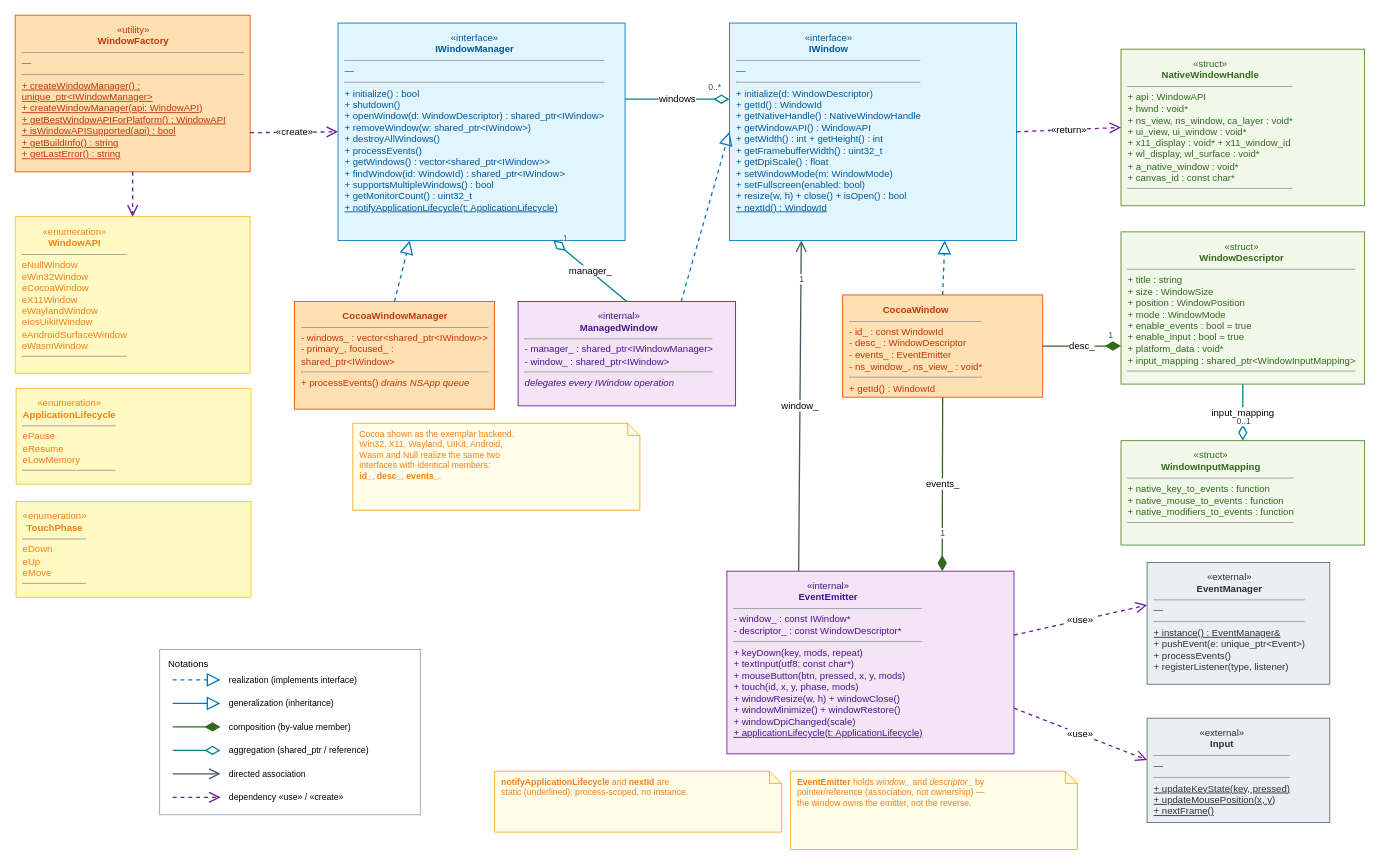
Above: docs/vertexnova/xwin/diagrams/class_diagram.drawio in vertexnova/vnewindow (draw.io), before the change. Source tidied: cells renumbered, new cells numbered last; positions are measured from the earlier drawing's top-left corner, leaving out a move shared by most shapes. Both pictures are drawn from the tidied source at 87%, with x=0, y=0 at pixel (15, 15).
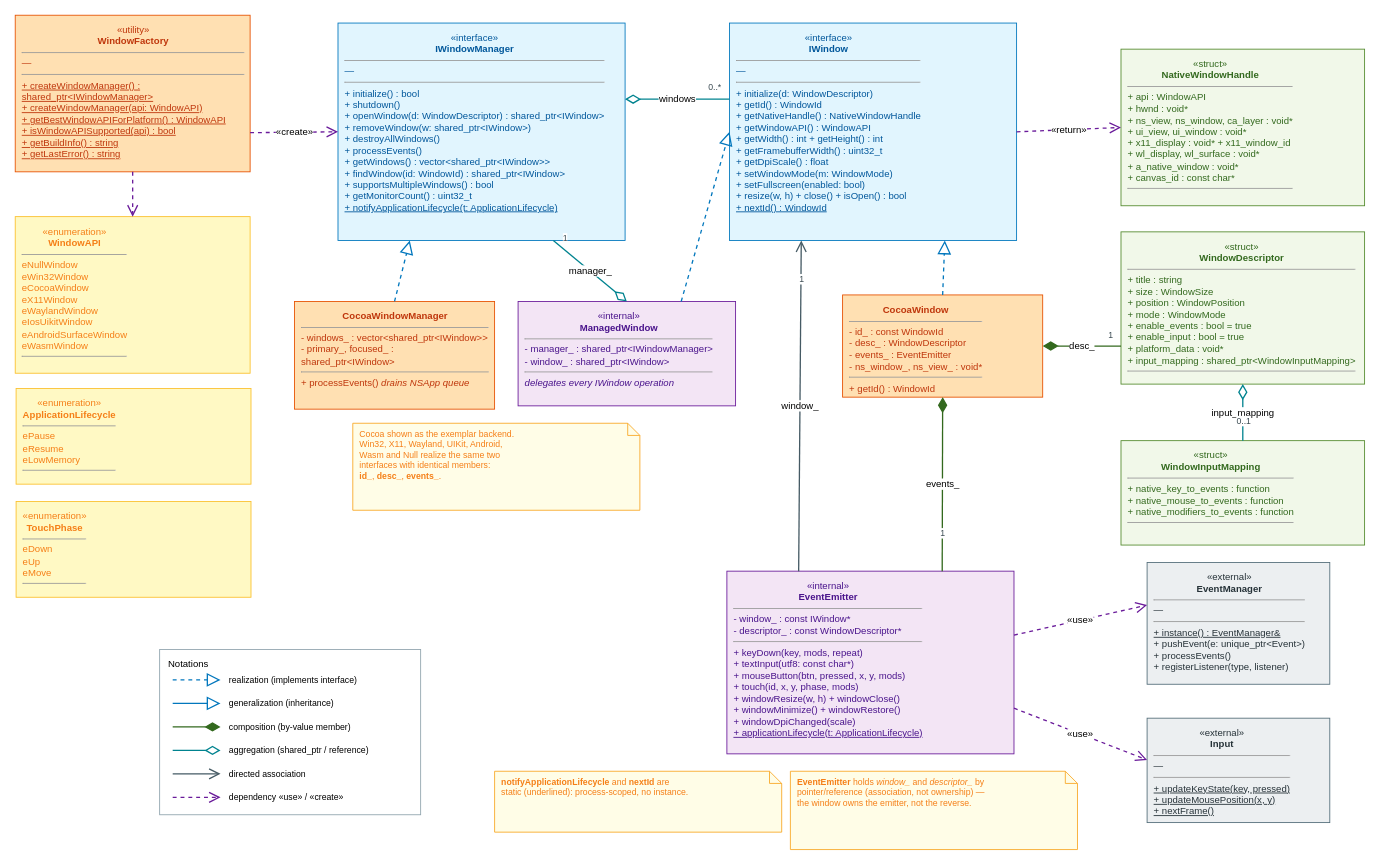
The same diagram, later.

Commit message (it also covers changes not shown here):
fix(diagrams): update arrow styles and improve diagram clarity

Unchanged cells that the change refers to:
```xml
<mxCell id="3" value="&lt;div style=&quot;text-align:center&quot;&gt;&amp;#171;interface&amp;#187;&lt;br/&gt;&lt;b&gt;IWindowManager&lt;/b&gt;&lt;/div&gt;&lt;hr size=&quot;1&quot;/&gt;&lt;i&gt;&amp;#8212;&lt;/i&gt;&lt;br/&gt;&lt;hr size=&quot;1&quot;/&gt;+ initialize() : bool&lt;br/&gt;+ shutdown()&lt;br/&gt;+ openWindow(d: WindowDescriptor) : shared_ptr&amp;lt;IWindow&amp;gt;&lt;br/&gt;+ removeWindow(w: shared_ptr&amp;lt;IWindow&amp;gt;)&lt;br/&gt;+ destroyAllWindows()&lt;br/&gt;+ processEvents()&lt;br/&gt;+ getWindows() : vector&amp;lt;shared_ptr&amp;lt;IWindow&amp;gt;&amp;gt;&lt;br/&gt;+ findWindow(id: WindowId) : shared_ptr&amp;lt;IWindow&amp;gt;&lt;br/&gt;+ supportsMultipleWindows() : bool&lt;br/&gt;+ getMonitorCount() : uint32_t&lt;br/&gt;&lt;u&gt;+ notifyApplicationLifecycle(t: ApplicationLifecycle)&lt;/u&gt;&lt;br/&gt;" style="html=1;whiteSpace=wrap;rounded=0;align=left;verticalAlign=top;spacingLeft=6;spacingRight=6;spacingTop=4;fontSize=11;fillColor=#e1f5fe;strokeColor=#0277bd;fontColor=#01579b;" parent="1" vertex="1">
  <mxGeometry x="371" y="9" width="330" height="250" as="geometry" />
</mxCell>
<mxCell id="4" value="&lt;div style=&quot;text-align:center&quot;&gt;&amp;#171;interface&amp;#187;&lt;br/&gt;&lt;b&gt;IWindow&lt;/b&gt;&lt;/div&gt;&lt;hr size=&quot;1&quot;/&gt;&lt;i&gt;&amp;#8212;&lt;/i&gt;&lt;br/&gt;&lt;hr size=&quot;1&quot;/&gt;+ initialize(d: WindowDescriptor)&lt;br/&gt;+ getId() : WindowId&lt;br/&gt;+ getNativeHandle() : NativeWindowHandle&lt;br/&gt;+ getWindowAPI() : WindowAPI&lt;br/&gt;+ getWidth() : int   + getHeight() : int&lt;br/&gt;+ getFramebufferWidth() : uint32_t&lt;br/&gt;+ getDpiScale() : float&lt;br/&gt;+ setWindowMode(m: WindowMode)&lt;br/&gt;+ setFullscreen(enabled: bool)&lt;br/&gt;+ resize(w, h)   + close()   + isOpen() : bool&lt;br/&gt;&lt;u&gt;+ nextId() : WindowId&lt;/u&gt;&lt;br/&gt;" style="html=1;whiteSpace=wrap;rounded=0;align=left;verticalAlign=top;spacingLeft=6;spacingRight=6;spacingTop=4;fontSize=11;fillColor=#e1f5fe;strokeColor=#0277bd;fontColor=#01579b;" parent="1" vertex="1">
  <mxGeometry x="821" y="9" width="330" height="250" as="geometry" />
</mxCell>
<mxCell id="5" value="&lt;div style=&quot;text-align:center&quot;&gt;&amp;#171;internal&amp;#187;&lt;br/&gt;&lt;b&gt;EventEmitter&lt;/b&gt;&lt;/div&gt;&lt;hr size=&quot;1&quot;/&gt;- window_ : const IWindow*&lt;br/&gt;- descriptor_ : const WindowDescriptor*&lt;br/&gt;&lt;hr size=&quot;1&quot;/&gt;+ keyDown(key, mods, repeat)&lt;br/&gt;+ textInput(utf8: const char*)&lt;br/&gt;+ mouseButton(btn, pressed, x, y, mods)&lt;br/&gt;+ touch(id, x, y, phase, mods)&lt;br/&gt;+ windowResize(w, h)   + windowClose()&lt;br/&gt;+ windowMinimize()   + windowRestore()&lt;br/&gt;+ windowDpiChanged(scale)&lt;br/&gt;&lt;u&gt;+ applicationLifecycle(t: ApplicationLifecycle)&lt;/u&gt;&lt;br/&gt;" style="html=1;whiteSpace=wrap;rounded=0;align=left;verticalAlign=top;spacingLeft=6;spacingRight=6;spacingTop=4;fontSize=11;fillColor=#f3e5f5;strokeColor=#6a1b9a;fontColor=#4a148c;" parent="1" vertex="1">
  <mxGeometry x="818" y="639" width="330" height="210" as="geometry" />
</mxCell>
<mxCell id="6" value="&lt;div style=&quot;text-align:center&quot;&gt;&amp;#171;internal&amp;#187;&lt;br/&gt;&lt;b&gt;ManagedWindow&lt;/b&gt;&lt;/div&gt;&lt;hr size=&quot;1&quot;/&gt;- manager_ : shared_ptr&amp;lt;IWindowManager&amp;gt;&lt;br/&gt;- window_ : shared_ptr&amp;lt;IWindow&amp;gt;&lt;br/&gt;&lt;hr size=&quot;1&quot;/&gt;&lt;i&gt;delegates every IWindow operation&lt;/i&gt;&lt;br/&gt;" style="html=1;whiteSpace=wrap;rounded=0;align=left;verticalAlign=top;spacingLeft=6;spacingRight=6;spacingTop=4;fontSize=11;fillColor=#f3e5f5;strokeColor=#6a1b9a;fontColor=#4a148c;" parent="1" vertex="1">
  <mxGeometry x="578" y="329" width="250" height="120" as="geometry" />
</mxCell>
<mxCell id="8" value="&lt;div style=&quot;text-align:center&quot;&gt;&lt;b&gt;CocoaWindow&lt;/b&gt;&lt;/div&gt;&lt;hr size=&quot;1&quot;/&gt;- id_ : const WindowId&lt;br/&gt;- desc_ : WindowDescriptor&lt;br/&gt;- events_ : EventEmitter&lt;br/&gt;- ns_window_, ns_view_ : void*&lt;br/&gt;&lt;hr size=&quot;1&quot;/&gt;+ getId() : WindowId&lt;br/&gt;" style="html=1;whiteSpace=wrap;rounded=0;align=left;verticalAlign=top;spacingLeft=6;spacingRight=6;spacingTop=4;fontSize=11;fillColor=#ffe0b2;strokeColor=#e65100;fontColor=#bf360c;" parent="1" vertex="1">
  <mxGeometry x="951" y="321.5" width="230" height="117.5" as="geometry" />
</mxCell>
<mxCell id="9" value="&lt;div style=&quot;text-align:center&quot;&gt;&amp;#171;struct&amp;#187;&lt;br/&gt;&lt;b&gt;WindowDescriptor&lt;/b&gt;&lt;/div&gt;&lt;hr size=&quot;1&quot;/&gt;+ title : string&lt;br/&gt;+ size : WindowSize&lt;br/&gt;+ position : WindowPosition&lt;br/&gt;+ mode : WindowMode&lt;br/&gt;+ enable_events : bool = true&lt;br/&gt;+ enable_input : bool = true&lt;br/&gt;+ platform_data : void*&lt;br/&gt;+ input_mapping : shared_ptr&amp;lt;WindowInputMapping&amp;gt;&lt;br/&gt;&lt;hr size=&quot;1&quot;/&gt;" style="html=1;whiteSpace=wrap;rounded=0;align=left;verticalAlign=top;spacingLeft=6;spacingRight=6;spacingTop=4;fontSize=11;fillColor=#f1f8e9;strokeColor=#558b2f;fontColor=#33691e;" parent="1" vertex="1">
  <mxGeometry x="1271" y="249" width="280" height="175" as="geometry" />
</mxCell>
<mxCell id="11" value="&lt;div style=&quot;text-align:center&quot;&gt;&amp;#171;struct&amp;#187;&lt;br/&gt;&lt;b&gt;WindowInputMapping&lt;/b&gt;&lt;/div&gt;&lt;hr size=&quot;1&quot;/&gt;+ native_key_to_events : function&lt;br/&gt;+ native_mouse_to_events : function&lt;br/&gt;+ native_modifiers_to_events : function&lt;br/&gt;&lt;hr size=&quot;1&quot;/&gt;" style="html=1;whiteSpace=wrap;rounded=0;align=left;verticalAlign=top;spacingLeft=6;spacingRight=6;spacingTop=4;fontSize=11;fillColor=#f1f8e9;strokeColor=#558b2f;fontColor=#33691e;" parent="1" vertex="1">
  <mxGeometry x="1271" y="489" width="280" height="120" as="geometry" />
</mxCell>
```

Diff of the diagram source:
```diff
@@
-    <mxCell id="2" value="&lt;div style=&quot;text-align:center&quot;&gt;&amp;#171;utility&amp;#187;&lt;br/&gt;&lt;b&gt;WindowFactory&lt;/b&gt;&lt;/div&gt;&lt;hr size=&quot;1&quot;/&gt;&lt;i&gt;&amp;#8212;&lt;/i&gt;&lt;br/&gt;&lt;hr size=&quot;1&quot;/&gt;&lt;u&gt;+ createWindowManager() : unique_ptr&amp;lt;IWindowManager&amp;gt;&lt;/u&gt;&lt;br/&gt;&lt;u&gt;+ createWindowManager(api: WindowAPI)&lt;/u&gt;&lt;br/&gt;&lt;u&gt;+ getBestWindowAPIForPlatform() : WindowAPI&lt;/u&gt;&lt;br/&gt;&lt;u&gt;+ isWindowAPISupported(api) : bool&lt;/u&gt;&lt;br/&gt;&lt;u&gt;+ getBuildInfo() : string&lt;/u&gt;&lt;br/&gt;&lt;u&gt;+ getLastError() : string&lt;/u&gt;&lt;br/&gt;" style="html=1;whiteSpace=wrap;rounded=0;align=left;verticalAlign=top;spacingLeft=6;spacingRight=6;spacingTop=4;fontSize=11;fillColor=#ffe0b2;strokeColor=#e65100;fontColor=#bf360c;" parent="1" vertex="1">
+    <mxCell id="2" value="&lt;div style=&quot;text-align:center&quot;&gt;&amp;#171;utility&amp;#187;&lt;br/&gt;&lt;b&gt;WindowFactory&lt;/b&gt;&lt;/div&gt;&lt;hr size=&quot;1&quot;/&gt;&lt;i&gt;&amp;#8212;&lt;/i&gt;&lt;br/&gt;&lt;hr size=&quot;1&quot;/&gt;&lt;u&gt;+ createWindowManager() : shared_ptr&amp;lt;IWindowManager&amp;gt;&lt;/u&gt;&lt;br/&gt;&lt;u&gt;+ createWindowManager(api: WindowAPI)&lt;/u&gt;&lt;br/&gt;&lt;u&gt;+ getBestWindowAPIForPlatform() : WindowAPI&lt;/u&gt;&lt;br/&gt;&lt;u&gt;+ isWindowAPISupported(api) : bool&lt;/u&gt;&lt;br/&gt;&lt;u&gt;+ getBuildInfo() : string&lt;/u&gt;&lt;br/&gt;&lt;u&gt;+ getLastError() : string&lt;/u&gt;&lt;br/&gt;" style="html=1;whiteSpace=wrap;rounded=0;align=left;verticalAlign=top;spacingLeft=6;spacingRight=6;spacingTop=4;fontSize=11;fillColor=#ffe0b2;strokeColor=#e65100;fontColor=#bf360c;" parent="1" vertex="1">
       <mxGeometry width="270" height="180" as="geometry" />
     </mxCell>
@@
-    <mxCell id="20" value="windows" style="endArrow=diamondThin;endFill=0;endSize=14;html=1;strokeColor=#00838f;strokeWidth=1.5;exitX=1;exitY=0.35;exitDx=0;exitDy=0;entryX=0;entryY=0.35;entryDx=0;entryDy=0;" parent="1" edge="1" source="3" target="4">
+    <mxCell id="20" value="windows" style="startArrow=diamondThin;startFill=0;startSize=14;endArrow=none;html=1;strokeColor=#00838f;strokeWidth=1.5;exitX=1;exitY=0.35;exitDx=0;exitDy=0;entryX=0;entryY=0.35;entryDx=0;entryDy=0;" parent="1" edge="1" source="3" target="4">
       <mxGeometry relative="1" as="geometry" />
     </mxCell>
@@
-    <mxCell id="22" value="desc_" style="endArrow=diamondThin;endFill=1;endSize=14;html=1;strokeColor=#33691e;strokeWidth=1.5;exitX=1;exitY=0.5;exitDx=0;exitDy=0;entryX=0;entryY=0.75;entryDx=0;entryDy=0;" parent="1" edge="1" source="8" target="9">
+    <mxCell id="22" value="desc_" style="startArrow=diamondThin;startFill=1;startSize=14;endArrow=none;html=1;strokeColor=#33691e;strokeWidth=1.5;exitX=1;exitY=0.5;exitDx=0;exitDy=0;entryX=0;entryY=0.75;entryDx=0;entryDy=0;" parent="1" edge="1" source="8" target="9">
       <mxGeometry relative="1" as="geometry" />
     </mxCell>
@@
-    <mxCell id="24" value="events_" style="endArrow=diamondThin;endFill=1;endSize=14;html=1;strokeColor=#33691e;strokeWidth=1.5;exitX=0.5;exitY=1;exitDx=0;exitDy=0;entryX=0.75;entryY=0;entryDx=0;entryDy=0;" parent="1" edge="1" source="8" target="5">
+    <mxCell id="24" value="events_" style="startArrow=diamondThin;startFill=1;startSize=14;endArrow=none;html=1;strokeColor=#33691e;strokeWidth=1.5;exitX=0.5;exitY=1;exitDx=0;exitDy=0;entryX=0.75;entryY=0;entryDx=0;entryDy=0;" parent="1" edge="1" source="8" target="5">
       <mxGeometry relative="1" as="geometry" />
     </mxCell>
@@
-    <mxCell id="26" value="input_mapping" style="endArrow=diamondThin;endFill=0;endSize=14;html=1;strokeColor=#00838f;strokeWidth=1.5;exitX=0.5;exitY=1;exitDx=0;exitDy=0;entryX=0.5;entryY=0;entryDx=0;entryDy=0;" parent="1" edge="1" source="9" target="11">
+    <mxCell id="26" value="input_mapping" style="startArrow=diamondThin;startFill=0;startSize=14;endArrow=none;html=1;strokeColor=#00838f;strokeWidth=1.5;exitX=0.5;exitY=1;exitDx=0;exitDy=0;entryX=0.5;entryY=0;entryDx=0;entryDy=0;" parent="1" edge="1" source="9" target="11">
       <mxGeometry relative="1" as="geometry" />
     </mxCell>
@@
-    <mxCell id="35" value="manager_" style="endArrow=diamondThin;endFill=0;endSize=14;html=1;strokeColor=#00838f;strokeWidth=1.5;exitX=0.5;exitY=0;exitDx=0;exitDy=0;entryX=0.75;entryY=1;entryDx=0;entryDy=0;" parent="1" edge="1" source="6" target="3">
+    <mxCell id="35" value="manager_" style="startArrow=diamondThin;startFill=0;startSize=14;endArrow=none;html=1;strokeColor=#00838f;strokeWidth=1.5;exitX=0.5;exitY=0;exitDx=0;exitDy=0;entryX=0.75;entryY=1;entryDx=0;entryDy=0;" parent="1" edge="1" source="6" target="3">
       <mxGeometry relative="1" as="geometry" />
     </mxCell>
```
